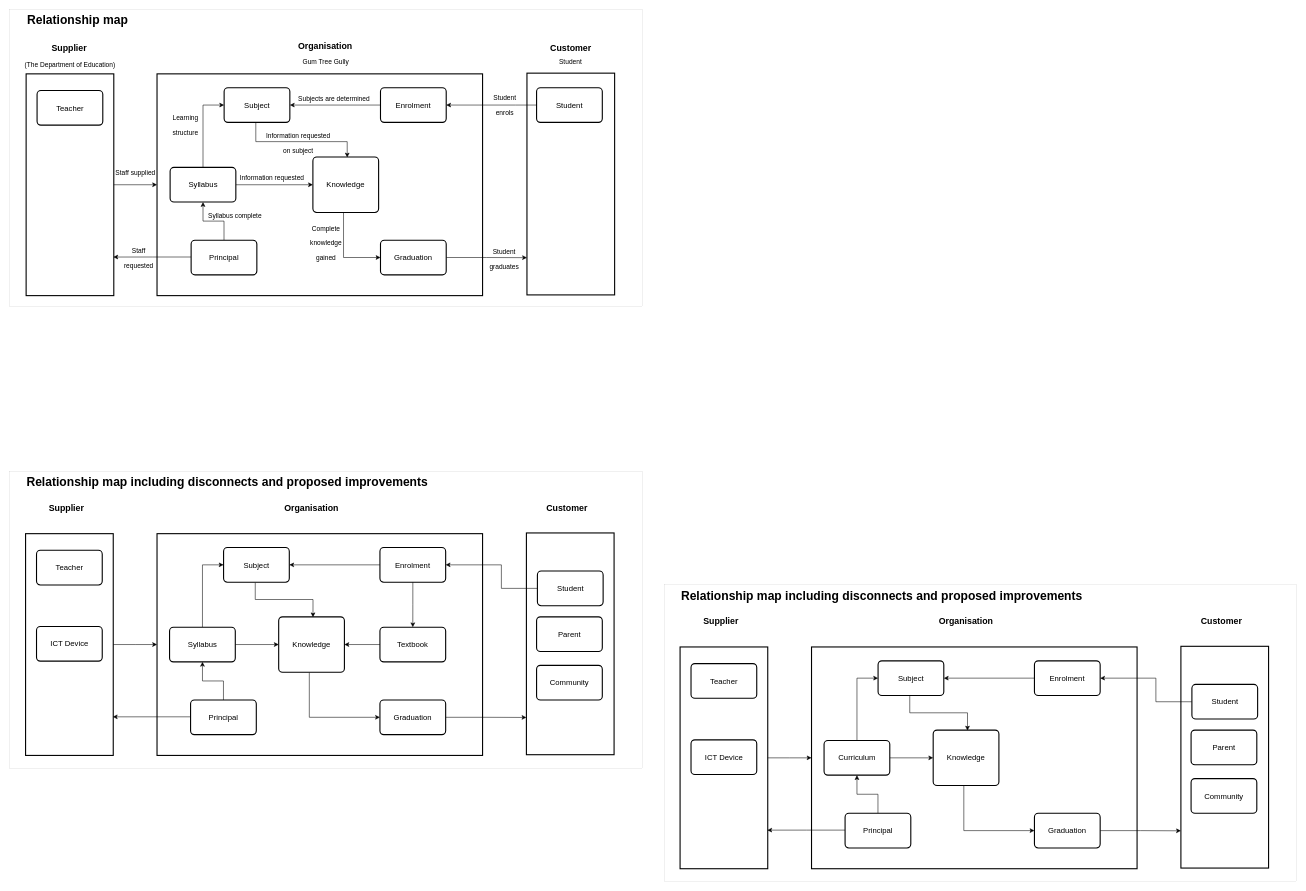
This is page "Spare Work" (6 of 6) of All_Maps_A1.drawio from SRMITGit/diagrams, a draw.io file, before an edit. Source tidied: cells renumbered, new cells numbered last; positions are measured from the earlier drawing's top-left corner, leaving out a move shared by most shapes. Both pictures are drawn from the tidied source at 55%, with x=0, y=0 at pixel (9, 9).
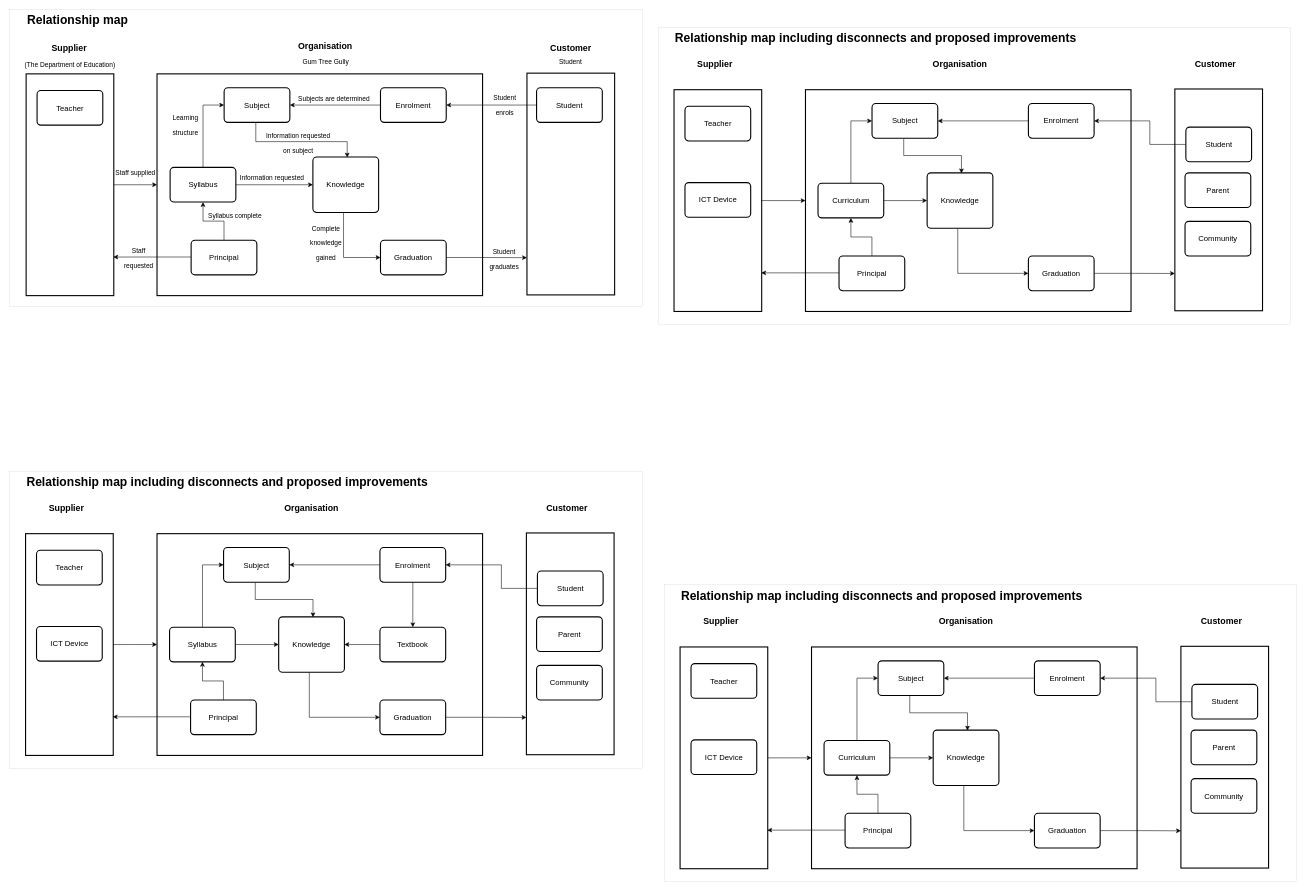
The same diagram, later.

The edit, as a diff of the source:
```diff
@@
+    <mxCell id="102" style="rounded=0;whiteSpace=wrap;html=1;fontFamily=Helvetica;fontSize=22;strokeWidth=0;" parent="1" vertex="1">
+      <mxGeometry x="1179" y="32.8" width="1150" height="540" as="geometry" />
+    </mxCell>
+    <mxCell id="103" style="rounded=0;whiteSpace=wrap;html=1;glass=0;strokeWidth=2;" parent="1" vertex="1">
+      <mxGeometry x="2118.6" y="144.3" width="159.4" height="403.2" as="geometry" />
+    </mxCell>
+    <mxCell id="104" style="rounded=0;whiteSpace=wrap;html=1;glass=0;strokeWidth=2;" parent="1" vertex="1">
+      <mxGeometry x="1208" y="145.6" width="159.4" height="403.2" as="geometry" />
+    </mxCell>
+    <mxCell id="105" value="&lt;font style=&quot;font-size: 14px&quot;&gt;Teacher&lt;/font&gt;" style="rounded=1;whiteSpace=wrap;html=1;absoluteArcSize=1;arcSize=14;strokeWidth=2;" parent="1" vertex="1">
+      <mxGeometry x="1227.9" y="175.8" width="119.5" height="63" as="geometry" />
+    </mxCell>
+    <mxCell id="106" value="Supplier" style="text;html=1;strokeColor=none;fillColor=none;align=center;verticalAlign=middle;whiteSpace=wrap;rounded=0;fontStyle=1;fontSize=16;" parent="1" vertex="1">
+      <mxGeometry x="1236.5" y="78.8" width="91.1" height="39.1" as="geometry" />
+    </mxCell>
+    <mxCell id="107" value="&lt;font style=&quot;font-size: 14px&quot;&gt;ICT Device&lt;/font&gt;" style="rounded=1;whiteSpace=wrap;html=1;absoluteArcSize=1;arcSize=14;strokeWidth=2;" parent="1" vertex="1">
+      <mxGeometry x="1227.9" y="314.5" width="119.5" height="63" as="geometry" />
+    </mxCell>
+    <mxCell id="108" style="rounded=0;whiteSpace=wrap;html=1;glass=0;strokeWidth=2;" parent="1" vertex="1">
+      <mxGeometry x="1447" y="145.6" width="591.9" height="403.2" as="geometry" />
+    </mxCell>
+    <mxCell id="109" style="edgeStyle=orthogonalEdgeStyle;rounded=0;jettySize=auto;html=1;entryX=0;entryY=0.5;entryDx=0;entryDy=0;fontSize=14;" parent="1" edge="1" source="104" target="108">
+      <mxGeometry relative="1" as="geometry" />
+    </mxCell>
+    <mxCell id="110" value="&lt;font style=&quot;font-size: 14px&quot;&gt;Subject&lt;/font&gt;" style="rounded=1;whiteSpace=wrap;html=1;absoluteArcSize=1;arcSize=14;strokeWidth=2;" parent="1" vertex="1">
+      <mxGeometry x="1568" y="170.8" width="119.5" height="63" as="geometry" />
+    </mxCell>
+    <mxCell id="111" value="Organisation" style="text;html=1;strokeColor=none;fillColor=none;align=center;verticalAlign=middle;whiteSpace=wrap;rounded=0;fontStyle=1;fontSize=16;" parent="1" vertex="1">
+      <mxGeometry x="1652.8" y="78.8" width="150.3" height="39.1" as="geometry" />
+    </mxCell>
+    <mxCell id="112" style="edgeStyle=orthogonalEdgeStyle;rounded=0;jettySize=auto;html=1;entryX=1;entryY=0.5;entryDx=0;entryDy=0;fontSize=14;" parent="1" edge="1" source="113" target="110">
+      <mxGeometry relative="1" as="geometry" />
+    </mxCell>
+    <mxCell id="113" value="&lt;font style=&quot;font-size: 14px&quot;&gt;Enrolment&lt;/font&gt;" style="rounded=1;whiteSpace=wrap;html=1;absoluteArcSize=1;arcSize=14;strokeWidth=2;" parent="1" vertex="1">
+      <mxGeometry x="1852.3" y="170.8" width="119.5" height="63" as="geometry" />
+    </mxCell>
+    <mxCell id="114" style="edgeStyle=orthogonalEdgeStyle;rounded=0;jettySize=auto;html=1;entryX=0;entryY=0.832;entryDx=0;entryDy=0;entryPerimeter=0;fontSize=14;" parent="1" edge="1" source="115" target="103">
+      <mxGeometry relative="1" as="geometry" />
+    </mxCell>
+    <mxCell id="115" value="&lt;font style=&quot;font-size: 14px&quot;&gt;Graduation&lt;/font&gt;" style="rounded=1;whiteSpace=wrap;html=1;absoluteArcSize=1;arcSize=14;strokeWidth=2;" parent="1" vertex="1">
+      <mxGeometry x="1852.3" y="448" width="119.5" height="63" as="geometry" />
+    </mxCell>
+    <mxCell id="116" style="edgeStyle=orthogonalEdgeStyle;rounded=0;jettySize=auto;html=1;entryX=0;entryY=0.5;entryDx=0;entryDy=0;fontSize=14;exitX=0.466;exitY=1.003;exitDx=0;exitDy=0;exitPerimeter=0;" parent="1" edge="1" source="117" target="115">
+      <mxGeometry relative="1" as="geometry" />
+    </mxCell>
+    <mxCell id="117" value="&lt;font style=&quot;font-size: 14px&quot;&gt;Knowledge&lt;/font&gt;" style="rounded=1;whiteSpace=wrap;html=1;absoluteArcSize=1;arcSize=14;strokeWidth=2;" parent="1" vertex="1">
+      <mxGeometry x="1668.2" y="296.8" width="119.5" height="100.8" as="geometry" />
+    </mxCell>
+    <mxCell id="118" style="edgeStyle=orthogonalEdgeStyle;rounded=0;jettySize=auto;html=1;fontSize=14;exitX=0.482;exitY=1.017;exitDx=0;exitDy=0;exitPerimeter=0;entryX=0.522;entryY=0.008;entryDx=0;entryDy=0;entryPerimeter=0;" parent="1" edge="1" source="110" target="117">
+      <mxGeometry relative="1" as="geometry" />
+    </mxCell>
+    <mxCell id="119" style="edgeStyle=orthogonalEdgeStyle;rounded=0;jettySize=auto;html=1;entryX=1;entryY=0.5;entryDx=0;entryDy=0;fontSize=14;" parent="1" edge="1" source="120" target="113">
+      <mxGeometry relative="1" as="geometry">
+        <Array as="points">
+          <mxPoint x="2073.1" y="245.1" />
+          <mxPoint x="2073.1" y="202.3" />
+        </Array>
+      </mxGeometry>
+    </mxCell>
+    <mxCell id="120" value="&lt;font style=&quot;font-size: 14px&quot;&gt;Student&lt;/font&gt;" style="rounded=1;whiteSpace=wrap;html=1;absoluteArcSize=1;arcSize=14;strokeWidth=2;" parent="1" vertex="1">
+      <mxGeometry x="2138.6" y="213.6" width="119.5" height="63" as="geometry" />
+    </mxCell>
+    <mxCell id="121" value="Customer" style="text;html=1;strokeColor=none;fillColor=none;align=center;verticalAlign=middle;whiteSpace=wrap;rounded=0;fontStyle=1;fontSize=16;" parent="1" vertex="1">
+      <mxGeometry x="2147.1" y="78.8" width="91.1" height="39.1" as="geometry" />
+    </mxCell>
+    <mxCell id="122" style="edgeStyle=orthogonalEdgeStyle;rounded=0;jettySize=auto;html=1;fontSize=14;" parent="1" edge="1" source="124" target="117">
+      <mxGeometry relative="1" as="geometry" />
+    </mxCell>
+    <mxCell id="123" style="edgeStyle=orthogonalEdgeStyle;rounded=0;jettySize=auto;html=1;entryX=0;entryY=0.5;entryDx=0;entryDy=0;fontFamily=Helvetica;fontSize=14;" parent="1" edge="1" source="124" target="110">
+      <mxGeometry relative="1" as="geometry" />
+    </mxCell>
+    <mxCell id="124" value="&lt;span style=&quot;background-color: rgb(255 , 255 , 255)&quot;&gt;&lt;font style=&quot;font-size: 14px&quot;&gt;Curriculum&lt;/font&gt;&lt;/span&gt;" style="rounded=1;whiteSpace=wrap;html=1;absoluteArcSize=1;arcSize=14;strokeWidth=2;" parent="1" vertex="1">
+      <mxGeometry x="1469.8" y="315.7" width="119.5" height="63" as="geometry" />
+    </mxCell>
+    <mxCell id="125" style="edgeStyle=orthogonalEdgeStyle;rounded=0;jettySize=auto;html=1;fontSize=14;entryX=0.995;entryY=0.826;entryDx=0;entryDy=0;entryPerimeter=0;" parent="1" edge="1" source="127" target="104">
+      <mxGeometry relative="1" as="geometry">
+        <Array as="points">
+          <mxPoint x="1438" y="479.8" />
+        </Array>
+      </mxGeometry>
+    </mxCell>
+    <mxCell id="126" style="edgeStyle=orthogonalEdgeStyle;rounded=0;jettySize=auto;html=1;fontFamily=Helvetica;fontSize=14;" parent="1" edge="1" source="127" target="124">
+      <mxGeometry relative="1" as="geometry" />
+    </mxCell>
+    <mxCell id="127" value="&lt;font style=&quot;font-size: 14px&quot;&gt;Principal&lt;/font&gt;" style="rounded=1;whiteSpace=wrap;html=1;absoluteArcSize=1;arcSize=14;strokeWidth=2;" parent="1" vertex="1">
+      <mxGeometry x="1508" y="448" width="119.5" height="63" as="geometry" />
+    </mxCell>
+    <mxCell id="128" value="&lt;font style=&quot;font-size: 14px&quot;&gt;Parent&lt;/font&gt;" style="rounded=1;whiteSpace=wrap;html=1;absoluteArcSize=1;arcSize=14;strokeWidth=2;" parent="1" vertex="1">
+      <mxGeometry x="2137.1" y="296.8" width="119.5" height="63" as="geometry" />
+    </mxCell>
+    <mxCell id="129" value="&lt;font style=&quot;font-size: 14px&quot;&gt;Community&lt;/font&gt;" style="rounded=1;whiteSpace=wrap;html=1;absoluteArcSize=1;arcSize=14;strokeWidth=2;" parent="1" vertex="1">
+      <mxGeometry x="2137.1" y="385" width="119.5" height="63" as="geometry" />
+    </mxCell>
+    <mxCell id="130" value="Relationship map including disconnects and proposed improvements" style="text;html=1;strokeColor=none;fillColor=none;align=left;verticalAlign=middle;whiteSpace=wrap;rounded=0;fontFamily=Helvetica;fontSize=22;fontStyle=1;" parent="1" vertex="1">
+      <mxGeometry x="1208" y="32.8" width="1070" height="40" as="geometry" />
+    </mxCell>
```
